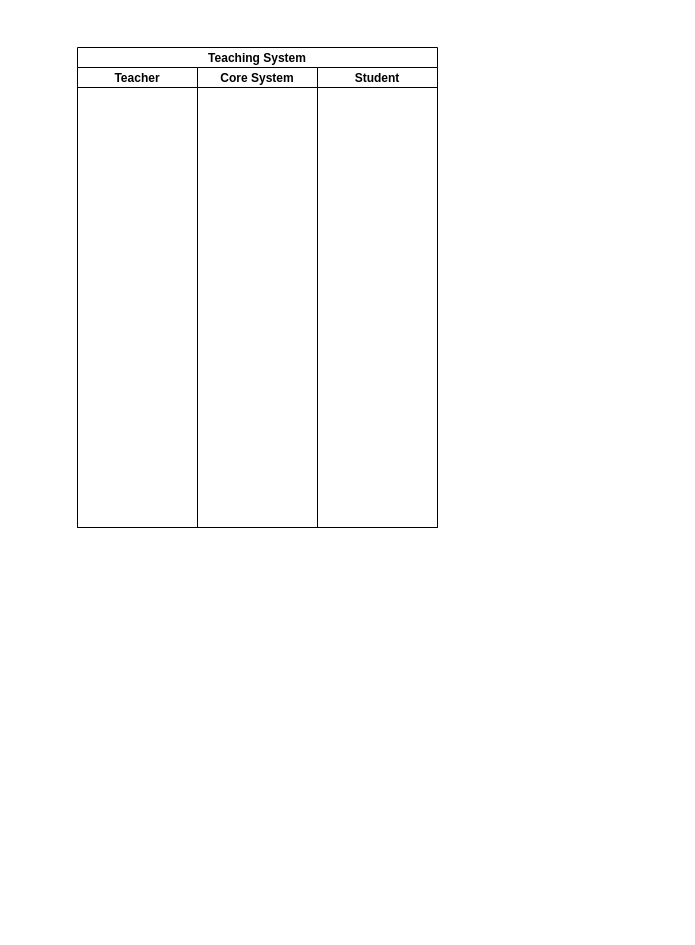
Earlier version of the draw.io diagram Adivii's Private Folder/Untitled Diagram.drawio (adivii/database-coding). Source tidied: cells renumbered, new cells numbered last; positions are measured from the earlier drawing's top-left corner, leaving out a move shared by most shapes. Both pictures are drawn from the tidied source at 100%, with x=0, y=0 at pixel (77, 47).
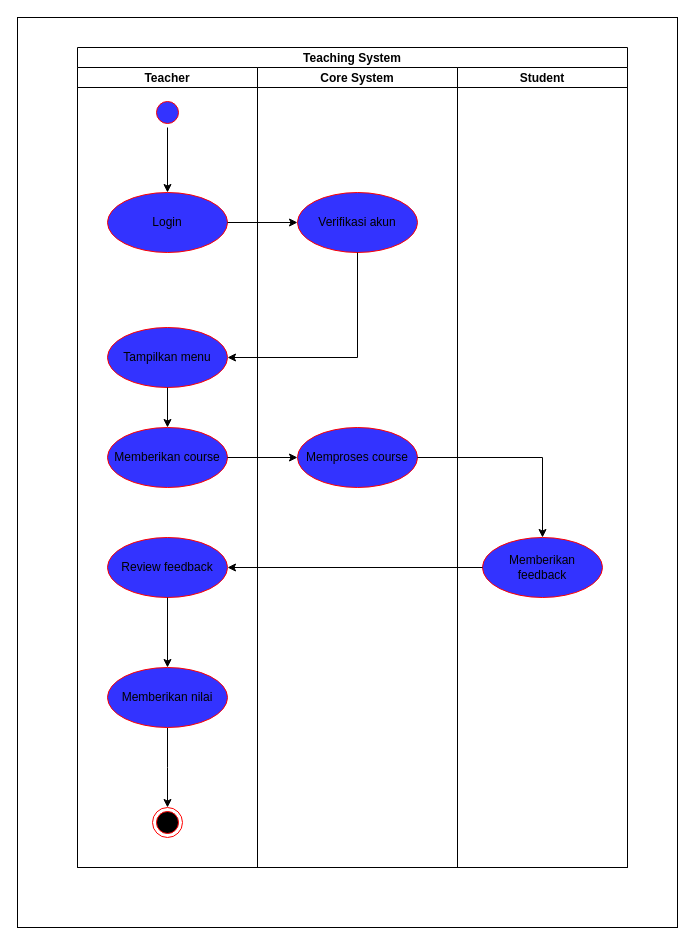
Above is the later version.

The edit, as a diff of the source:
```diff
@@
+    <mxCell id="6" style="rounded=0;whiteSpace=wrap;html=1;" parent="1" vertex="1">
+      <mxGeometry x="-60" y="-30" width="660" height="910" as="geometry" />
+    </mxCell>
     <mxCell id="2" value="Teaching System" style="swimlane;startSize=20;" parent="1" vertex="1">
-      <mxGeometry width="360" height="480" as="geometry" />
+      <mxGeometry width="550" height="820" as="geometry" />
     </mxCell>
     <mxCell id="3" value="Teacher" style="swimlane;startSize=20;" parent="2" vertex="1">
-      <mxGeometry y="20" width="120" height="460" as="geometry" />
+      <mxGeometry y="20" width="180" height="800" as="geometry" />
     </mxCell>
+    <mxCell id="7" style="edgeStyle=orthogonalEdgeStyle;rounded=0;jettySize=auto;html=1;" parent="3" edge="1" source="8" target="9">
+      <mxGeometry relative="1" as="geometry" />
+    </mxCell>
+    <mxCell id="8" style="ellipse;html=1;shape=startState;strokeColor=#ff0000;fillColor=#3333FF;" parent="3" vertex="1">
+      <mxGeometry x="75" y="30" width="30" height="30" as="geometry" />
+    </mxCell>
+    <mxCell id="9" value="Login" style="ellipse;whiteSpace=wrap;html=1;strokeColor=#ff0000;fillColor=#3333FF;" parent="3" vertex="1">
+      <mxGeometry x="30" y="125" width="120" height="60" as="geometry" />
+    </mxCell>
+    <mxCell id="10" value="Tampilkan menu" style="ellipse;whiteSpace=wrap;html=1;strokeColor=#ff0000;fillColor=#3333FF;" parent="3" vertex="1">
+      <mxGeometry x="30" y="260" width="120" height="60" as="geometry" />
+    </mxCell>
+    <mxCell id="11" value="Review feedback" style="ellipse;whiteSpace=wrap;html=1;strokeColor=#ff0000;fillColor=#3333FF;" parent="3" vertex="1">
+      <mxGeometry x="30" y="470" width="120" height="60" as="geometry" />
+    </mxCell>
+    <mxCell id="12" value="Memberikan course" style="ellipse;whiteSpace=wrap;html=1;strokeColor=#ff0000;fillColor=#3333FF;" parent="3" vertex="1">
+      <mxGeometry x="30" y="360" width="120" height="60" as="geometry" />
+    </mxCell>
+    <mxCell id="13" style="edgeStyle=orthogonalEdgeStyle;rounded=0;jettySize=auto;html=1;" parent="3" edge="1" source="10" target="12">
+      <mxGeometry relative="1" as="geometry">
+        <Array as="points">
+          <mxPoint x="90" y="360" />
+        </Array>
+      </mxGeometry>
+    </mxCell>
+    <mxCell id="14" style="edgeStyle=orthogonalEdgeStyle;rounded=0;jettySize=auto;html=1;" parent="3" edge="1" source="15">
+      <mxGeometry relative="1" as="geometry">
+        <mxPoint x="90" y="740" as="targetPoint" />
+      </mxGeometry>
+    </mxCell>
+    <mxCell id="15" value="Memberikan nilai" style="ellipse;whiteSpace=wrap;html=1;strokeColor=#ff0000;fillColor=#3333FF;" parent="3" vertex="1">
+      <mxGeometry x="30" y="600" width="120" height="60" as="geometry" />
+    </mxCell>
+    <mxCell id="16" style="edgeStyle=orthogonalEdgeStyle;rounded=0;jettySize=auto;html=1;" parent="3" edge="1" source="11" target="15">
+      <mxGeometry relative="1" as="geometry">
+        <Array as="points">
+          <mxPoint x="90" y="630" />
+        </Array>
+      </mxGeometry>
+    </mxCell>
+    <mxCell id="17" style="ellipse;html=1;shape=endState;fillColor=#000000;strokeColor=#ff0000;" parent="3" vertex="1">
+      <mxGeometry x="75" y="740" width="30" height="30" as="geometry" />
+    </mxCell>
     <mxCell id="4" value="Core System" style="swimlane;startSize=20;" parent="2" vertex="1">
-      <mxGeometry x="120" y="20" width="120" height="460" as="geometry" />
+      <mxGeometry x="180" y="20" width="200" height="800" as="geometry" />
     </mxCell>
+    <mxCell id="18" value="Verifikasi akun" style="ellipse;whiteSpace=wrap;html=1;strokeColor=#ff0000;fillColor=#3333FF;" parent="4" vertex="1">
+      <mxGeometry x="40" y="125" width="120" height="60" as="geometry" />
+    </mxCell>
+    <mxCell id="19" value="Memproses course" style="ellipse;whiteSpace=wrap;html=1;strokeColor=#ff0000;fillColor=#3333FF;" parent="4" vertex="1">
+      <mxGeometry x="40" y="360" width="120" height="60" as="geometry" />
+    </mxCell>
     <mxCell id="5" value="Student" style="swimlane;startSize=20;" parent="2" vertex="1">
-      <mxGeometry x="240" y="20" width="120" height="460" as="geometry" />
+      <mxGeometry x="380" y="20" width="170" height="800" as="geometry" />
     </mxCell>
+    <mxCell id="20" value="Memberikan feedback" style="ellipse;whiteSpace=wrap;html=1;strokeColor=#ff0000;fillColor=#3333FF;" parent="5" vertex="1">
+      <mxGeometry x="25" y="470" width="120" height="60" as="geometry" />
+    </mxCell>
+    <mxCell id="21" style="edgeStyle=orthogonalEdgeStyle;rounded=0;jettySize=auto;html=1;" parent="2" edge="1" source="9" target="18">
+      <mxGeometry relative="1" as="geometry" />
+    </mxCell>
+    <mxCell id="22" style="edgeStyle=orthogonalEdgeStyle;rounded=0;jettySize=auto;html=1;" parent="2" edge="1" source="18" target="10">
+      <mxGeometry relative="1" as="geometry">
+        <Array as="points">
+          <mxPoint x="280" y="310" />
+        </Array>
+      </mxGeometry>
+    </mxCell>
+    <mxCell id="23" style="edgeStyle=orthogonalEdgeStyle;rounded=0;jettySize=auto;html=1;" parent="2" edge="1" source="20" target="11">
+      <mxGeometry relative="1" as="geometry" />
+    </mxCell>
+    <mxCell id="24" style="edgeStyle=orthogonalEdgeStyle;rounded=0;jettySize=auto;html=1;" parent="2" edge="1" source="12" target="19">
+      <mxGeometry relative="1" as="geometry" />
+    </mxCell>
+    <mxCell id="25" style="edgeStyle=orthogonalEdgeStyle;rounded=0;jettySize=auto;html=1;entryX=0.5;entryY=0;entryDx=0;entryDy=0;" parent="2" edge="1" source="19" target="20">
+      <mxGeometry relative="1" as="geometry" />
+    </mxCell>
```
